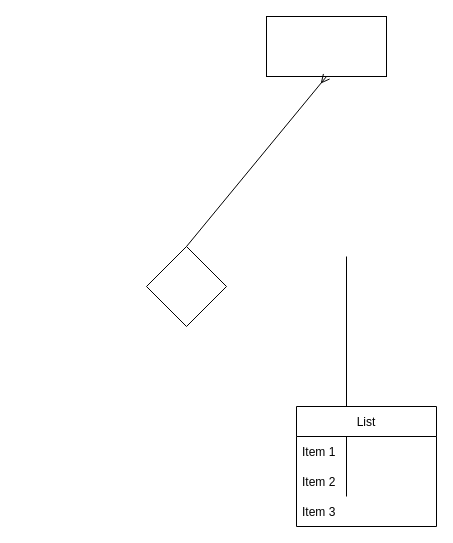
The draw.io diagram Peter/Diagramm.drawio in peru3232/Database-development--Day1, before the edit. Source tidied: cells renumbered, new cells numbered last; positions are measured from the earlier drawing's top-left corner, leaving out a move shared by most shapes. Both pictures are drawn from the tidied source at 100%, with x=0, y=0 at pixel (146, 16).
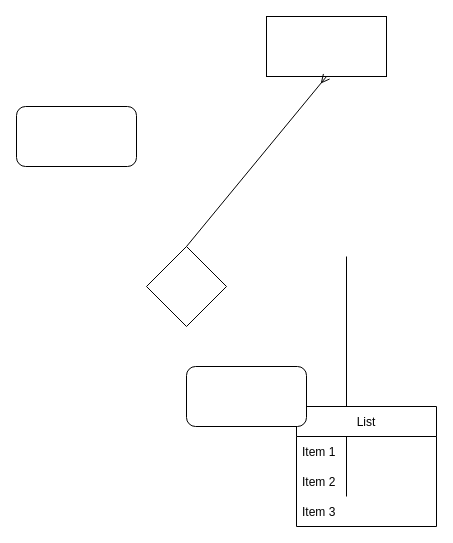
The same page after the edit.

Change to the diagram source:
```diff
@@
 <mxGraphModel>
   <root>
     <mxCell id="0" />
     <mxCell id="1" parent="0" />
     <mxCell id="2" style="rounded=0;whiteSpace=wrap;html=1;" parent="1" vertex="1">
       <mxGeometry x="120" width="120" height="60" as="geometry" />
     </mxCell>
     <mxCell id="3" style="edgeStyle=none;html=1;exitX=0.5;exitY=0;exitDx=0;exitDy=0;entryX=0.5;entryY=1;entryDx=0;entryDy=0;endArrow=ERmany;endFill=0;" parent="1" edge="1" source="4" target="2">
       <mxGeometry relative="1" as="geometry" />
     </mxCell>
     <mxCell id="4" style="rhombus;whiteSpace=wrap;html=1;" parent="1" vertex="1">
       <mxGeometry y="230" width="80" height="80" as="geometry" />
     </mxCell>
     <mxCell id="5" style="endArrow=none;html=1;" parent="1" edge="1">
       <mxGeometry relative="1" as="geometry">
         <mxPoint x="200" y="480" as="sourcePoint" />
         <mxPoint x="200" y="240" as="targetPoint" />
       </mxGeometry>
     </mxCell>
     <mxCell id="6" value="List" style="swimlane;fontStyle=0;horizontal=1;startSize=30;" parent="1" vertex="1">
       <mxGeometry x="150" y="390" width="140" height="120" as="geometry" />
     </mxCell>
     <mxCell id="7" value="Item 1" style="text;strokeColor=none;fillColor=none;align=left;verticalAlign=middle;spacingLeft=4;spacingRight=4;overflow=hidden;" parent="6" vertex="1">
       <mxGeometry y="30" width="140" height="30" as="geometry" />
     </mxCell>
     <mxCell id="8" value="Item 2" style="text;strokeColor=none;fillColor=none;align=left;verticalAlign=middle;spacingLeft=4;spacingRight=4;overflow=hidden;" parent="6" vertex="1">
       <mxGeometry y="60" width="140" height="30" as="geometry" />
     </mxCell>
     <mxCell id="9" value="Item 3" style="text;strokeColor=none;fillColor=none;align=left;verticalAlign=middle;spacingLeft=4;spacingRight=4;overflow=hidden;" parent="6" vertex="1">
       <mxGeometry y="90" width="140" height="30" as="geometry" />
     </mxCell>
+    <mxCell id="10" style="rounded=1;whiteSpace=wrap;html=1;" parent="1" vertex="1">
+      <mxGeometry x="40" y="350" width="120" height="60" as="geometry" />
+    </mxCell>
+    <mxCell id="11" style="rounded=1;whiteSpace=wrap;html=1;" parent="1" vertex="1">
+      <mxGeometry x="-130" y="90" width="120" height="60" as="geometry" />
+    </mxCell>
   </root>
 </mxGraphModel>
```
